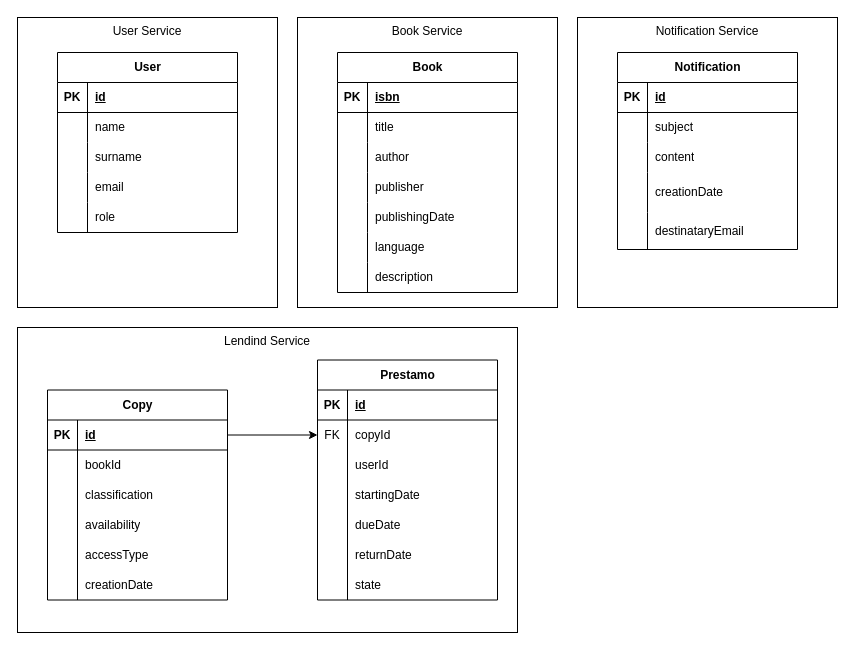
JavierGHDev/library-microservices keeps this draw.io diagram as Docs/entities.drawio. Above is the earlier version. Source tidied: cells renumbered, new cells numbered last; positions are measured from the earlier drawing's top-left corner, leaving out a move shared by most shapes. Both pictures are drawn from the tidied source at 100%, with x=0, y=0 at pixel (17, 17).
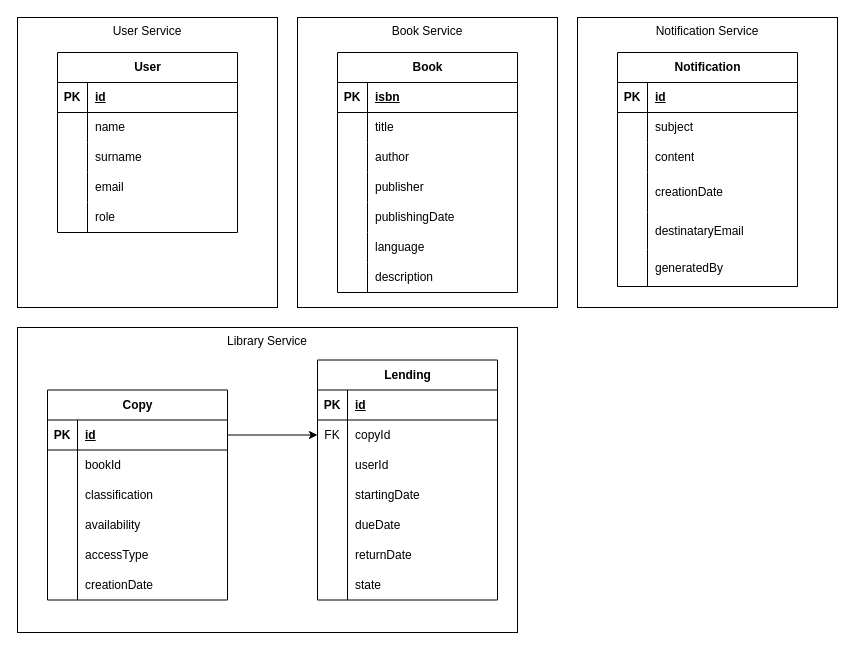
The same diagram, later.

Unchanged cells that the change refers to:
```xml
<mxCell id="2" style="group;" parent="1" vertex="1">
  <mxGeometry y="310" width="500" height="305" as="geometry" />
</mxCell>
<mxCell id="46" style="group;" parent="1" vertex="1">
  <mxGeometry x="560" width="260" height="290" as="geometry" />
</mxCell>
```

Change to the diagram source:
```diff
@@
-    <mxCell id="3" value="Lendind Service" style="rounded=0;whiteSpace=wrap;html=1;verticalAlign=top;" parent="2" vertex="1">
+    <mxCell id="3" value="Library Service" style="rounded=0;whiteSpace=wrap;html=1;verticalAlign=top;" parent="2" vertex="1">
       <mxGeometry width="500" height="305" as="geometry" />
     </mxCell>
@@
-    <mxCell id="23" value="Prestamo" style="shape=table;startSize=30;childLayout=tableLayout;rowLines=0;fontStyle=1;align=center;html=1;" parent="2" vertex="1">
+    <mxCell id="23" value="Lending" style="shape=table;startSize=30;childLayout=tableLayout;rowLines=0;fontStyle=1;align=center;html=1;" parent="2" vertex="1">
       <mxGeometry x="300" y="32.5" width="180" height="240" as="geometry" />
     </mxCell>
@@
     <mxCell id="48" value="Notification" style="shape=table;startSize=30;childLayout=tableLayout;rowLines=0;fontStyle=1;align=center;html=1;" parent="46" vertex="1">
-      <mxGeometry x="40" y="35" width="180" height="197" as="geometry" />
+      <mxGeometry x="40" y="35" width="180" height="234" as="geometry" />
     </mxCell>
@@
+    <mxCell id="106" style="shape=tableRow;horizontal=0;startSize=0;swimlaneHead=0;swimlaneBody=0;fillColor=none;top=0;left=0;right=0;bottom=0;" parent="48" vertex="1">
+      <mxGeometry y="197" width="180" height="37" as="geometry" />
+    </mxCell>
+    <mxCell id="107" style="shape=partialRectangle;fillColor=none;top=0;left=0;bottom=0;right=0;overflow=hidden;whiteSpace=wrap;html=1;" parent="106" vertex="1">
+      <mxGeometry width="30" height="37" as="geometry" />
+    </mxCell>
+    <mxCell id="108" value="generatedBy" style="shape=partialRectangle;fillColor=none;top=0;left=0;bottom=0;right=0;align=left;spacingLeft=6;overflow=hidden;whiteSpace=wrap;html=1;" parent="106" vertex="1">
+      <mxGeometry x="30" width="150" height="37" as="geometry" />
+    </mxCell>
```
